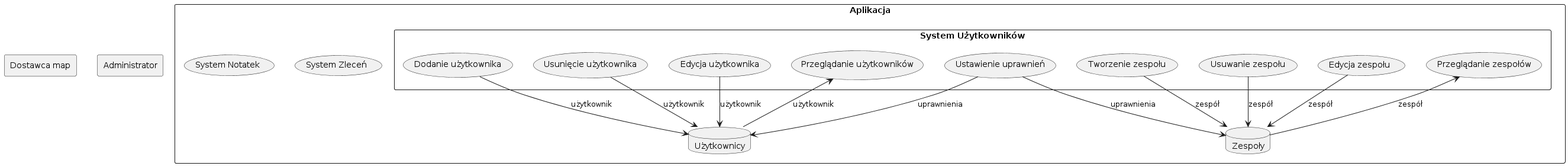
Above: pic/ds.users.png in m-panczyk/gn_plantuml (PlantUML), before the change.
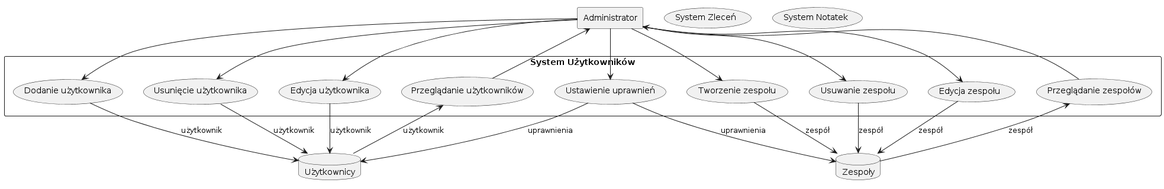
After the commit.

What changed in the source:
```diff
@@ -1,22 +1,30 @@
 @startuml
-rectangle "Dostawca map" as maps
-rectangle "Administrator" as admin
-rectangle Aplikacja as app {
-	rectangle "System Użytkowników" as sn{
-		(Dodanie użytkownika) as add
-		(Usunięcie użytkownika) as del
-		(Edycja użytkownika) as edit
-		(Przeglądanie użytkowników) as view
-		(Ustawienie uprawnień) as perm
-		(Tworzenie zespołu) as teamadd
-		(Usuwanie zespołu) as teamdel
-		(Edycja zespołu) as teamedit
-		(Przeglądanie zespołów) as teamview
+    rectangle "Administrator" as admin
+    rectangle "System Użytkowników" as sn{
+	(Dodanie użytkownika) as add
+	(Usunięcie użytkownika) as del
+	(Edycja użytkownika) as edit
+	(Przeglądanie użytkowników) as view
+	(Ustawienie uprawnień) as perm
+	(Tworzenie zespołu) as teamadd
+	(Usuwanie zespołu) as teamdel
+	(Edycja zespołu) as teamedit
+	(Przeglądanie zespołów) as teamview
     }
     (System Zleceń) as sz
     (System Notatek) as su
     database "Użytkownicy" as dbu
     database "Zespoły" as dbz
+
+    admin --> add
+    admin --> del
+    admin --> edit
+    admin <-- view
+    admin --> perm
+    admin --> teamadd
+    admin --> teamdel
+    admin --> teamedit
+    admin <-- teamview
 
     add --> dbu: użytkownik
     del --> dbu: użytkownik
@@ -30,6 +38,4 @@
     teamdel --> dbz: zespół
     teamedit --> dbz: zespół
     teamview <-- dbz: zespół
-
-}
 @enduml
```
